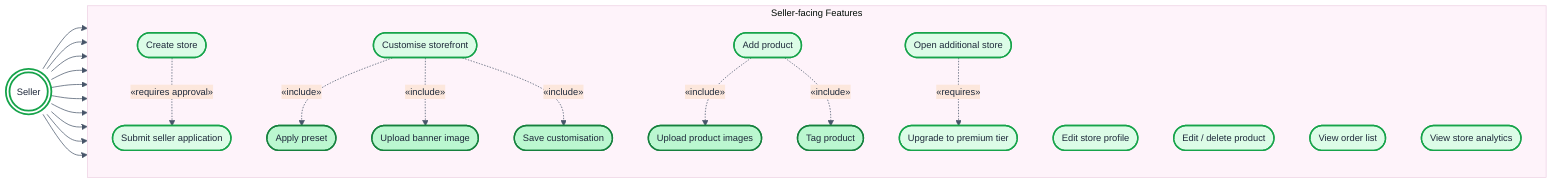
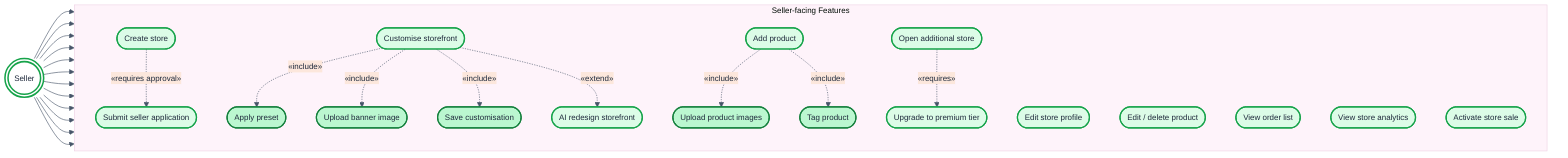
%%{init: {'theme':'base','themeVariables':{'primaryColor':'#DCFCE7','primaryBorderColor':'#16A34A','primaryTextColor':'#1E293B','lineColor':'#475569','fontFamily':'Helvetica','fontSize':'13px'}}}%%
flowchart LR
    S((("Seller")))

    subgraph SYS["Seller-facing Features"]
      direction TB
      UC1(["Submit seller application"])
      UC2(["Create store"])
      UC3(["Edit store profile"])
      UC4(["Customise storefront"])
      UC4a(["Apply preset"])
      UC4b(["Upload banner image"])
      UC4c(["Save customisation"])
      UC5(["Add product"])
      UC6(["Upload product images"])
      UC7(["Tag product"])
      UC8(["Edit / delete product"])
      UC9(["View order list"])
      UC10(["View store analytics"])
      UC11(["Upgrade to premium tier"])
      UC12(["Open additional store"])
+       UC13(["Activate store sale"])
+       UC14(["AI redesign storefront"])
    end

    S --> UC1
    S --> UC2
    S --> UC3
    S --> UC4
    S --> UC5
    S --> UC8
    S --> UC9
    S --> UC10
    S --> UC11
    S --> UC12

    UC2  -. "«requires approval»" .-> UC1
    UC4  -. "«include»" .-> UC4a
    UC4  -. "«include»" .-> UC4b
    UC4  -. "«include»" .-> UC4c
+     UC4  -. "«extend»" .-> UC14
    UC5  -. "«include»" .-> UC6
    UC5  -. "«include»" .-> UC7
    UC12 -. "«requires»" .-> UC11
+     S --> UC13
+     S --> UC14

    classDef actor fill:#FFFFFF,stroke:#16A34A,stroke-width:2.5px,color:#1E293B
    classDef uc    fill:#DCFCE7,stroke:#16A34A,stroke-width:2px,color:#1E293B
    classDef sub   fill:#BBF7D0,stroke:#15803D,stroke-width:2px,color:#1E293B

    class S actor
-     class UC1,UC2,UC3,UC4,UC5,UC8,UC9,UC10,UC11,UC12 uc
+     class UC1,UC2,UC3,UC4,UC5,UC8,UC9,UC10,UC11,UC12,UC13,UC14 uc
    class UC4a,UC4b,UC4c,UC6,UC7 sub
